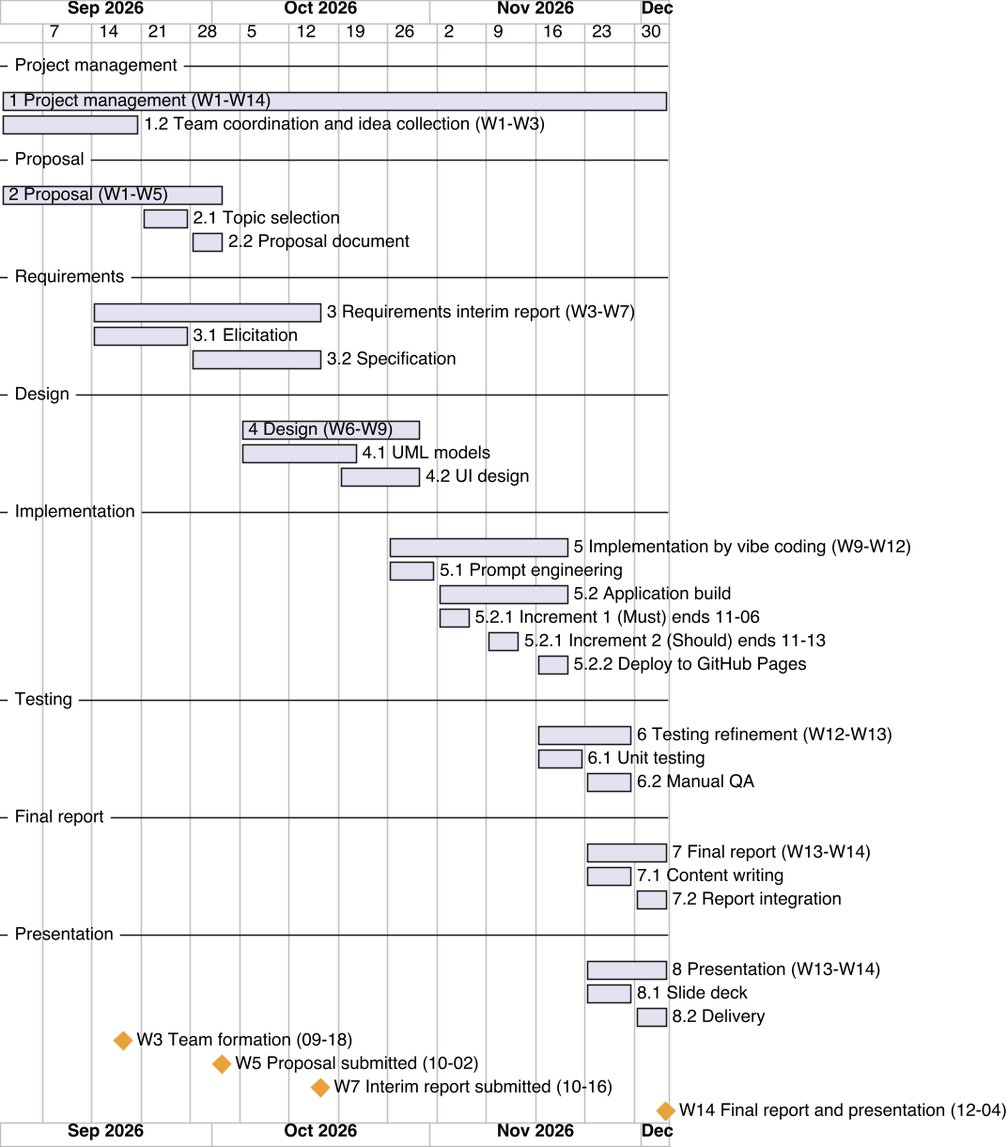
Above: uml/gantt.png in keemlogan/shiftswap (PlantUML), before the change.
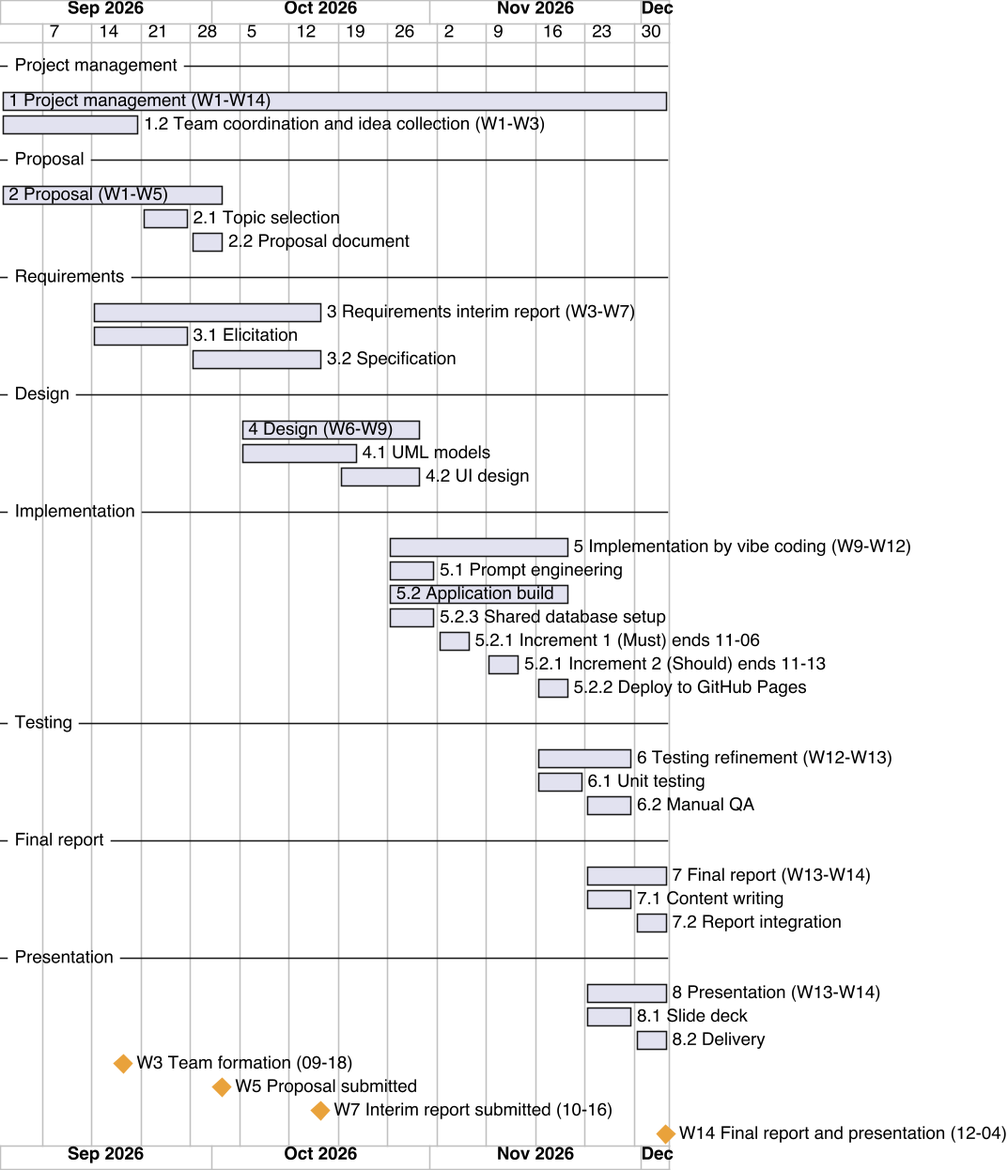
Later version of the same file.

Commit message:
Proposal: apply teammate review (related work, part-time overtime, shared database, format)

Change to the diagram source:
```diff
@@ -43,7 +43,8 @@
 -- Implementation --
 [5 Implementation by vibe coding (W9-W12)] starts 2026-10-26 and ends 2026-11-20
 [5.1 Prompt engineering] starts 2026-10-26 and ends 2026-11-01
-[5.2 Application build] starts 2026-11-02 and ends 2026-11-20
+[5.2 Application build] starts 2026-10-26 and ends 2026-11-20
+[5.2.3 Shared database setup] starts 2026-10-26 and ends 2026-11-01
 [5.2.1 Increment 1 (Must) ends 11-06] starts 2026-11-02 and ends 2026-11-06
 [5.2.1 Increment 2 (Should) ends 11-13] starts 2026-11-09 and ends 2026-11-13
 [5.2.2 Deploy to GitHub Pages] starts 2026-11-16 and ends 2026-11-20
@@ -66,8 +67,8 @@
 [W3 Team formation (09-18)] happens 2026-09-18
 [W3 Team formation (09-18)] is colored in #E9A23B
 
-[W5 Proposal submitted (10-02)] happens 2026-10-02
-[W5 Proposal submitted (10-02)] is colored in #E9A23B
+[W5 Proposal submitted] happens 2026-10-02
+[W5 Proposal submitted] is colored in #E9A23B
 
 [W7 Interim report submitted (10-16)] happens 2026-10-16
 [W7 Interim report submitted (10-16)] is colored in #E9A23B
```
